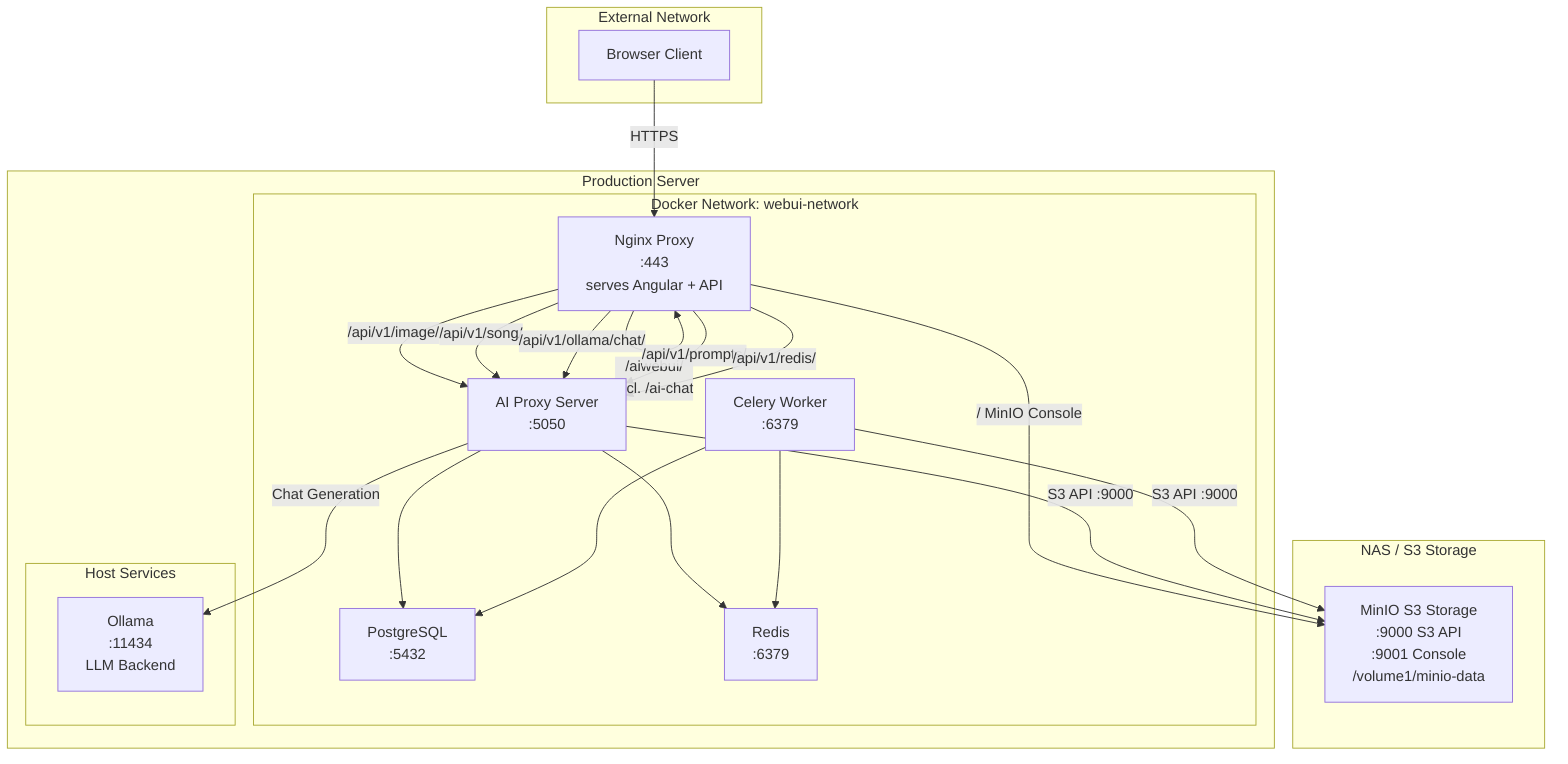
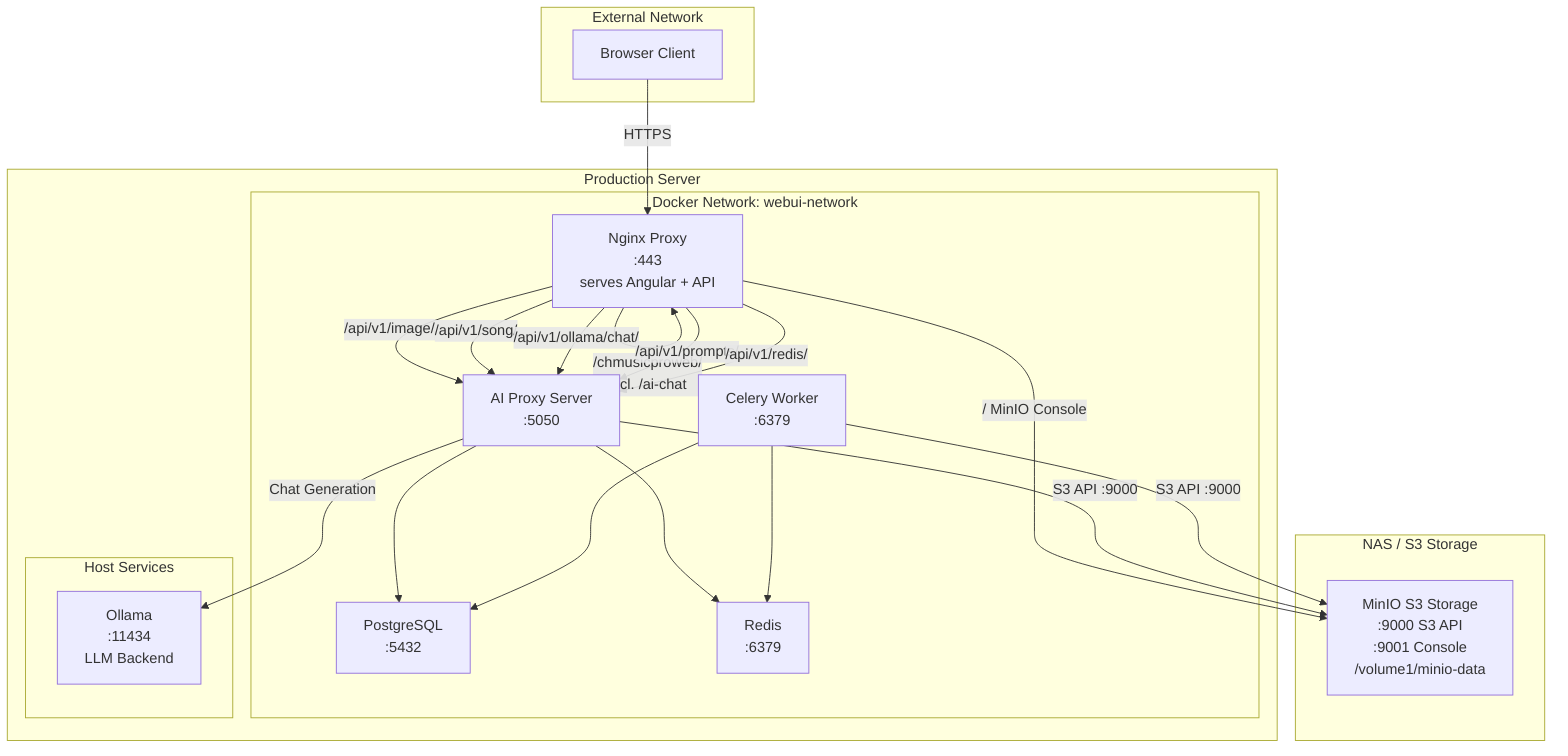
graph TB
    subgraph "External Network"
        CLIENT[Browser Client]
    end

    subgraph "Production Server"
        subgraph "Docker Network: webui-network"
            NGINX[Nginx Proxy<br/>:443<br/>serves Angular + API]
            API[AI Proxy Server<br/>:5050]
            WORKER[Celery Worker<br/>:6379]
            PG[PostgreSQL<br/>:5432]
            REDIS[Redis<br/>:6379]
        end

        subgraph "Host Services"
            OLLAMA[Ollama<br/>:11434<br/>LLM Backend]
        end
    end

    subgraph "NAS / S3 Storage"
        MINIO[MinIO S3 Storage<br/>:9000 S3 API<br/>:9001 Console<br/>/volume1/minio-data]
    end

    CLIENT -->|HTTPS| NGINX
-     NGINX -->|/aiwebui/<br/>incl. /ai-chat| NGINX
+     NGINX -->|/chmusicproweb/<br/>incl. /ai-chat| NGINX
    NGINX -->|/ MinIO Console| MINIO
    NGINX -->|/api/v1/image/| API
    NGINX -->|/api/v1/song/| API
    NGINX -->|/api/v1/ollama/chat/| API
    NGINX -->|/api/v1/prompts/| API
    NGINX -->|/api/v1/redis/| API

    API --> PG
    API --> REDIS
    API -->|Chat Generation| OLLAMA
    API -->|S3 API :9000| MINIO
    WORKER --> REDIS
    WORKER --> PG
    WORKER -->|S3 API :9000| MINIO